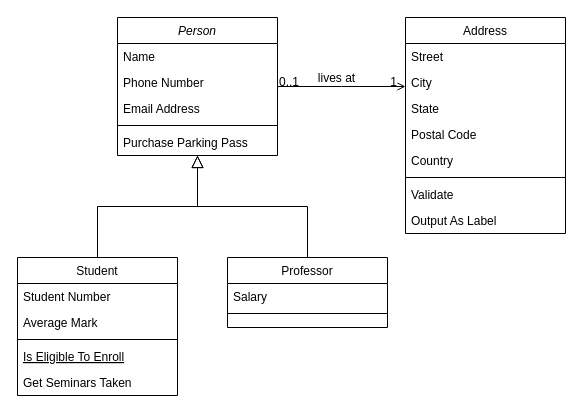
Earlier version of the draw.io diagram Untitled Diagram.drawio (CredoMb/NewsFeed). Source tidied: cells renumbered, new cells numbered last; positions are measured from the earlier drawing's top-left corner, leaving out a move shared by most shapes. Both pictures are drawn from the tidied source at 100%, with x=0, y=0 at pixel (17, 17).
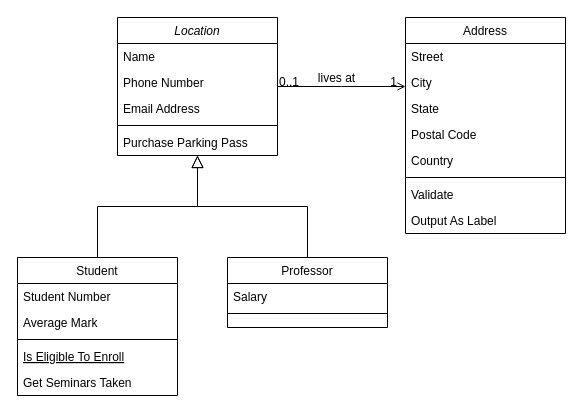
The same diagram, later.

What changed in the source:
```diff
@@
-    <mxCell id="2" value="Person" style="swimlane;fontStyle=2;align=center;verticalAlign=top;horizontal=1;startSize=26;rounded=0;shadow=0;strokeWidth=1;" parent="1" vertex="1">
+    <mxCell id="2" value="Location" style="swimlane;fontStyle=2;align=center;verticalAlign=top;horizontal=1;startSize=26;rounded=0;shadow=0;strokeWidth=1;" parent="1" vertex="1">
       <mxGeometry x="100" width="160" height="138" as="geometry" />
     </mxCell>
```
